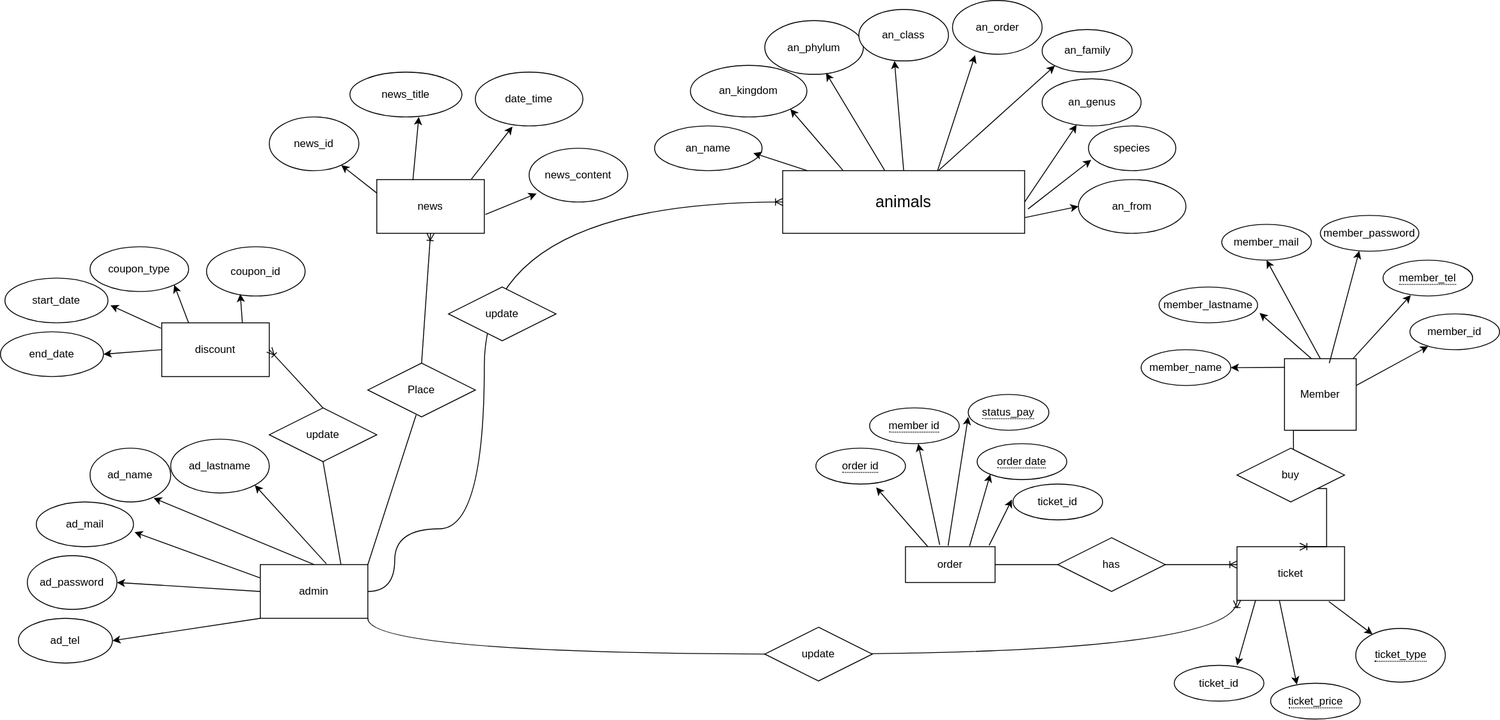
Jhutatip/Project_kao keeps this draw.io diagram as ER.drawio.svg. Above is the earlier version. Source tidied: cells renumbered, new cells last; positions are measured from the earlier drawing's top-left corner, leaving out a move shared by most shapes.
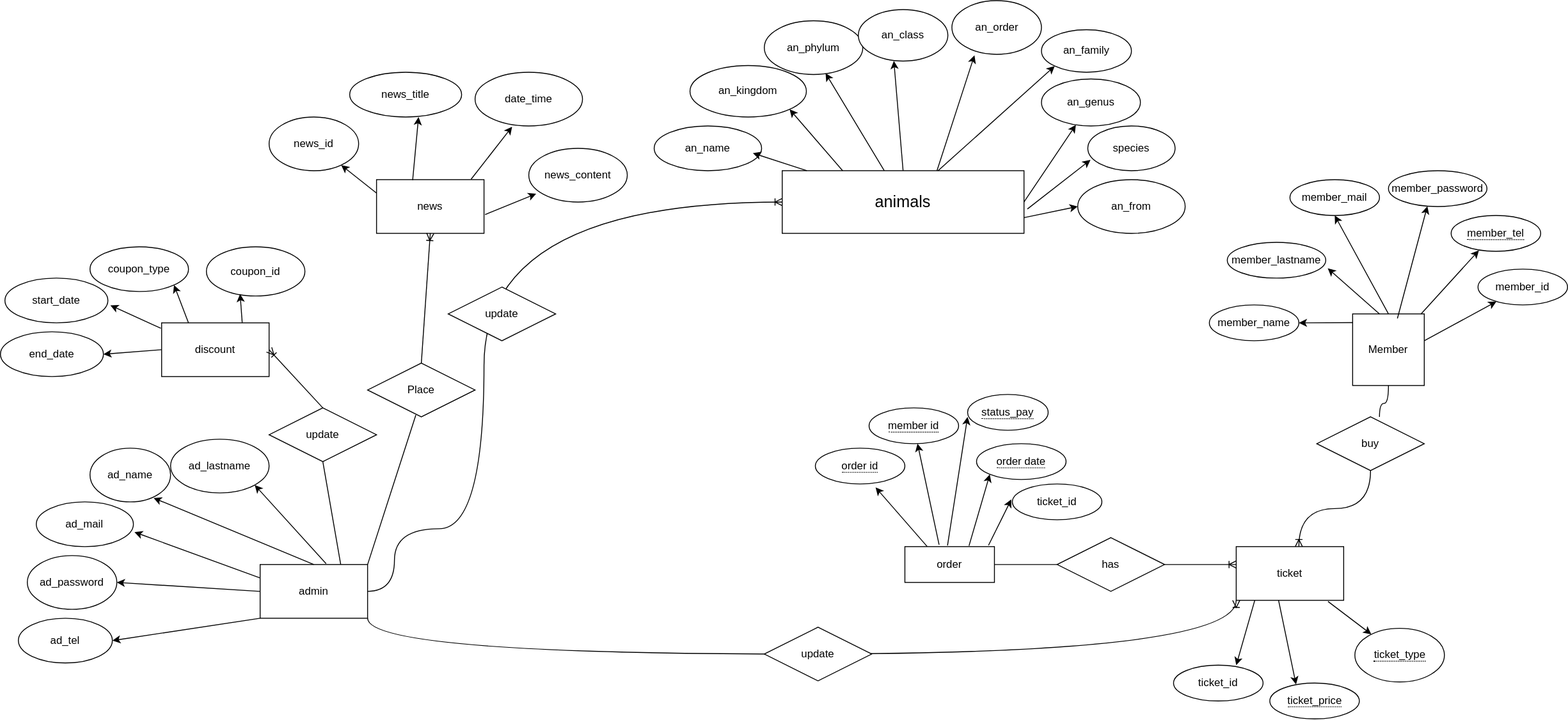
After the change.

Diff of the diagram source:
```diff
@@ -158,29 +158,29 @@
     <mxCell id="49" value="order" style="whiteSpace=wrap;html=1;align=center;" parent="1" vertex="1">
       <mxGeometry x="1010" y="610" width="100" height="40" as="geometry" />
     </mxCell>
-    <mxCell id="50" style="edgeStyle=entityRelationEdgeStyle;fontSize=12;html=1;endArrow=ERoneToMany;rounded=0;entryX=0.583;entryY=0;entryDx=0;entryDy=0;exitX=0.5;exitY=1;exitDx=0;exitDy=0;entryPerimeter=0;" parent="1" edge="1" source="51" target="37">
+    <mxCell id="50" style="edgeStyle=orthogonalEdgeStyle;fontSize=12;html=1;endArrow=ERoneToMany;rounded=0;entryX=0.583;entryY=0;entryDx=0;entryDy=0;exitX=0.5;exitY=1;exitDx=0;exitDy=0;entryPerimeter=0;curved=1;" parent="1" edge="1" source="63" target="37">
       <mxGeometry relative="1" as="geometry" />
     </mxCell>
     <mxCell id="51" value="Member" style="whiteSpace=wrap;html=1;" parent="1" vertex="1">
-      <mxGeometry x="1433" y="400" width="80" height="80" as="geometry" />
+      <mxGeometry x="1510" y="350" width="80" height="80" as="geometry" />
     </mxCell>
     <mxCell id="52" value="&lt;span style=&quot;border-bottom: 1px dotted&quot;&gt;member_tel&lt;/span&gt;" style="ellipse;whiteSpace=wrap;html=1;align=center;" parent="1" vertex="1">
-      <mxGeometry x="1543" y="290" width="100" height="40" as="geometry" />
+      <mxGeometry x="1620" y="240" width="100" height="40" as="geometry" />
     </mxCell>
     <mxCell id="53" value="member_lastname" style="ellipse;whiteSpace=wrap;html=1;align=center;" parent="1" vertex="1">
-      <mxGeometry x="1293" y="320" width="110" height="40" as="geometry" />
+      <mxGeometry x="1370" y="270" width="110" height="40" as="geometry" />
     </mxCell>
     <mxCell id="54" value="member_mail" style="ellipse;whiteSpace=wrap;html=1;align=center;" parent="1" vertex="1">
-      <mxGeometry x="1363" y="250" width="100" height="40" as="geometry" />
+      <mxGeometry x="1440" y="200" width="100" height="40" as="geometry" />
     </mxCell>
     <mxCell id="55" value="member_name" style="ellipse;whiteSpace=wrap;html=1;align=center;" parent="1" vertex="1">
-      <mxGeometry x="1273" y="390" width="100" height="40" as="geometry" />
+      <mxGeometry x="1350" y="340" width="100" height="40" as="geometry" />
     </mxCell>
     <mxCell id="56" value="member_password" style="ellipse;whiteSpace=wrap;html=1;align=center;" parent="1" vertex="1">
-      <mxGeometry x="1473" y="240" width="110" height="40" as="geometry" />
+      <mxGeometry x="1550" y="190" width="110" height="40" as="geometry" />
     </mxCell>
     <mxCell id="57" value="member_id" style="ellipse;whiteSpace=wrap;html=1;align=center;" parent="1" vertex="1">
-      <mxGeometry x="1573" y="350" width="100" height="40" as="geometry" />
+      <mxGeometry x="1650" y="300" width="100" height="40" as="geometry" />
     </mxCell>
     <mxCell id="58" style="endArrow=classic;html=1;rounded=0;entryX=0.31;entryY=0.975;entryDx=0;entryDy=0;entryPerimeter=0;" parent="1" edge="1" source="51" target="52">
       <mxGeometry relative="1" as="geometry" />
@@ -190,8 +190,8 @@
     </mxCell>
     <mxCell id="60" style="endArrow=classic;html=1;rounded=0;" parent="1" edge="1">
       <mxGeometry relative="1" as="geometry">
-        <mxPoint x="1433" y="409.8" as="sourcePoint" />
-        <mxPoint x="1373" y="410" as="targetPoint" />
+        <mxPoint x="1510" y="359.8" as="sourcePoint" />
+        <mxPoint x="1450" y="360" as="targetPoint" />
       </mxGeometry>
     </mxCell>
     <mxCell id="61" style="endArrow=classic;html=1;rounded=0;entryX=0.5;entryY=1;entryDx=0;entryDy=0;exitX=0.5;exitY=0;exitDx=0;exitDy=0;" parent="1" edge="1" source="51" target="54">
@@ -199,12 +199,9 @@
     </mxCell>
     <mxCell id="62" style="endArrow=classic;html=1;rounded=0;" parent="1" edge="1" target="57">
       <mxGeometry relative="1" as="geometry">
-        <mxPoint x="1513" y="430" as="sourcePoint" />
+        <mxPoint x="1590" y="380" as="sourcePoint" />
       </mxGeometry>
     </mxCell>
-    <mxCell id="63" value="buy" style="shape=rhombus;perimeter=rhombusPerimeter;whiteSpace=wrap;html=1;align=center;" parent="1" vertex="1">
-      <mxGeometry x="1380" y="500" width="120" height="60" as="geometry" />
-    </mxCell>
     <mxCell id="64" style="edgeStyle=entityRelationEdgeStyle;fontSize=12;html=1;endArrow=ERoneToMany;rounded=0;exitX=1;exitY=0.5;exitDx=0;exitDy=0;" parent="1" edge="1" source="65">
       <mxGeometry relative="1" as="geometry">
         <mxPoint x="1380" y="630" as="targetPoint" />
@@ -320,5 +317,16 @@
     <mxCell id="96" value="update" style="shape=rhombus;perimeter=rhombusPerimeter;whiteSpace=wrap;html=1;align=center;" parent="1" vertex="1">
       <mxGeometry x="853" y="700" width="120" height="60" as="geometry" />
     </mxCell>
+    <mxCell id="97" style="edgeStyle=orthogonalEdgeStyle;fontSize=12;html=1;endArrow=none;rounded=0;entryX=0.583;entryY=0;entryDx=0;entryDy=0;exitX=0.5;exitY=1;exitDx=0;exitDy=0;entryPerimeter=0;curved=1;endFill=0;" parent="1" edge="1" source="51" target="63">
+      <mxGeometry relative="1" as="geometry">
+        <Array as="points">
+          <mxPoint x="1550" y="450" />
+          <mxPoint x="1540" y="450" />
+        </Array>
+      </mxGeometry>
+    </mxCell>
+    <mxCell id="63" value="buy" style="shape=rhombus;perimeter=rhombusPerimeter;whiteSpace=wrap;html=1;align=center;" parent="1" vertex="1">
+      <mxGeometry x="1470" y="465" width="120" height="60" as="geometry" />
+    </mxCell>
   </root>
 </mxGraphModel>
```
